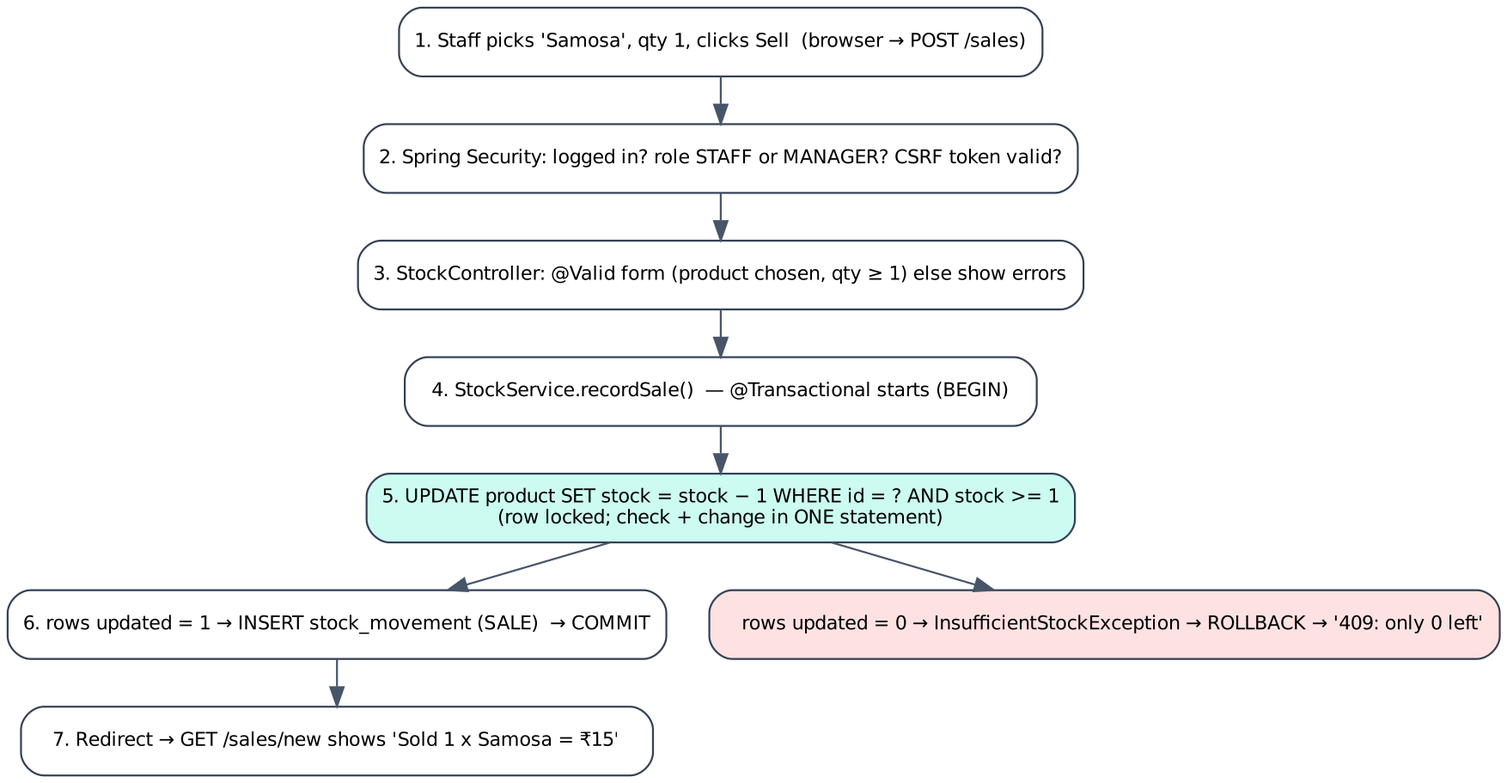
This is docs/images/request-flow.png from lifecodesync/smart-inventory, a Graphviz export, as it was before one commit. Its source is kept beside it as docs/images/request-flow.dot.
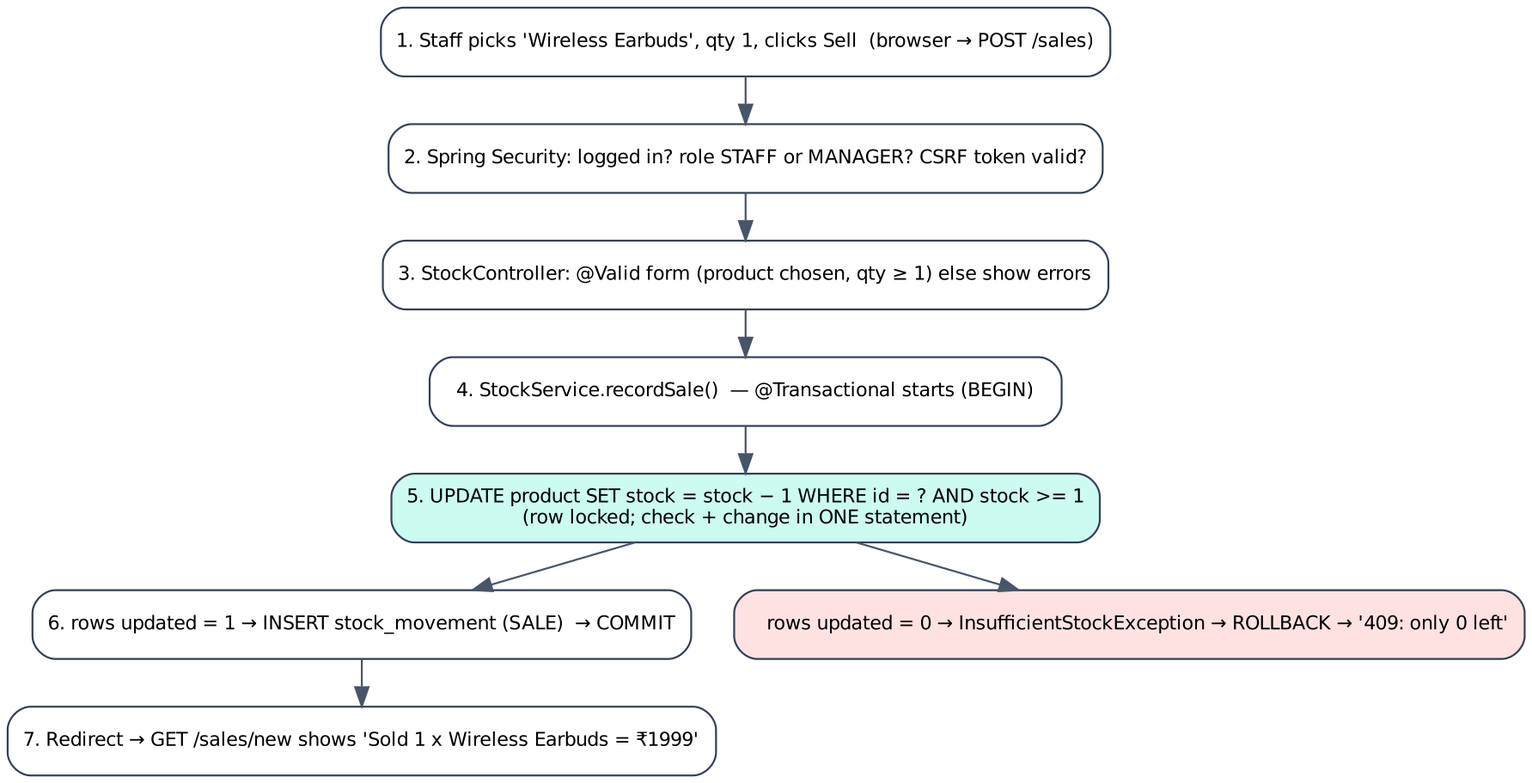
After the change.

The edit, as a diff of the source:
```diff
@@ -2,13 +2,13 @@
   rankdir=TB; graph [fontname="Helvetica", fontsize=11, bgcolor="white", nodesep=0.3, ranksep=0.35];
   node [fontname="Helvetica", fontsize=10, shape=box, style="rounded,filled", fillcolor="#ffffff", color="#334155", width=4.6];
   edge [color="#475569"];
-  a [label="1. Staff picks 'Samosa', qty 1, clicks Sell  (browser → POST /sales)"];
+  a [label="1. Staff picks 'Wireless Earbuds', qty 1, clicks Sell  (browser → POST /sales)"];
   b [label="2. Spring Security: logged in? role STAFF or MANAGER? CSRF token valid?"];
   c [label="3. StockController: @Valid form (product chosen, qty ≥ 1) else show errors"];
   d [label="4. StockService.recordSale()  — @Transactional starts (BEGIN)"];
   e [label="5. UPDATE product SET stock = stock − 1 WHERE id = ? AND stock >= 1\n(row locked; check + change in ONE statement)", fillcolor="#ccfbf1"];
   f [label="6. rows updated = 1 → INSERT stock_movement (SALE)  → COMMIT"];
   g [label="   rows updated = 0 → InsufficientStockException → ROLLBACK → '409: only 0 left'", fillcolor="#fee2e2"];
-  h [label="7. Redirect → GET /sales/new shows 'Sold 1 x Samosa = ₹15'"];
+  h [label="7. Redirect → GET /sales/new shows 'Sold 1 x Wireless Earbuds = ₹1999'"];
   a->b->c->d->e->f->h; e->g;
 }
```
